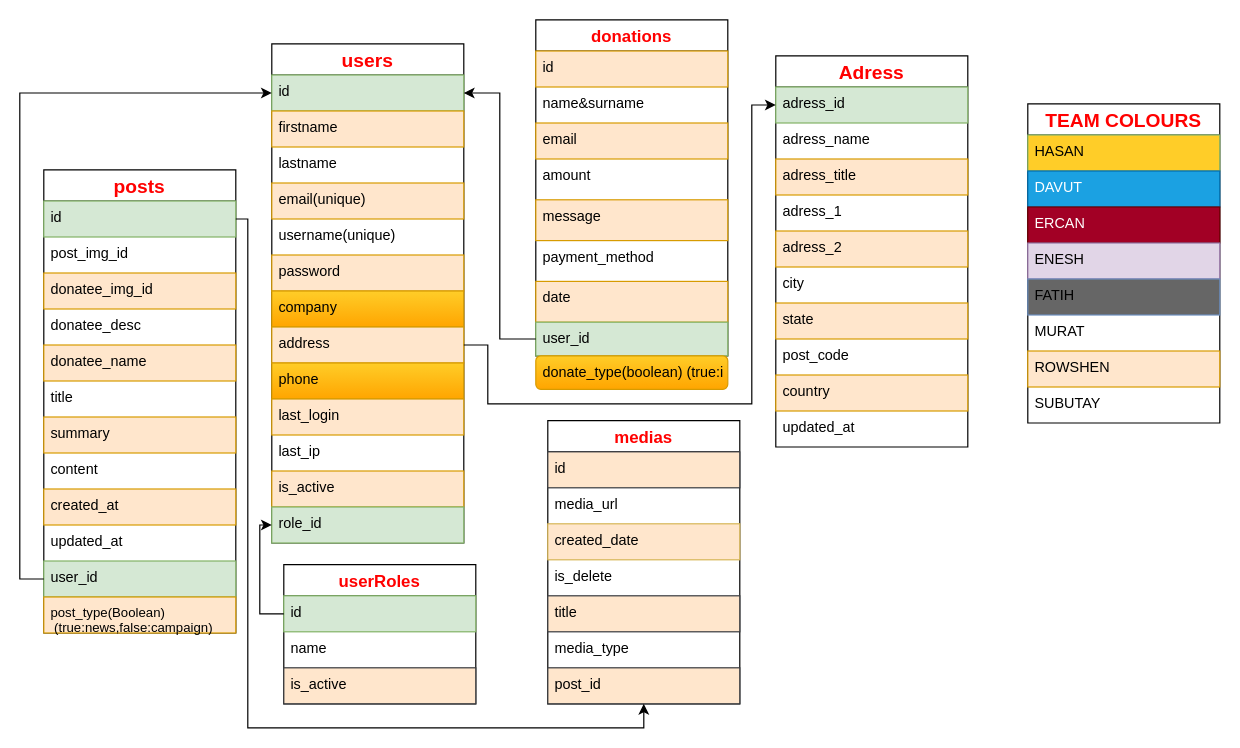
Earlier version of the draw.io diagram page "Page-1" (1 of 2) of Tables.drawio (Hasankaca/Create_tables). Source tidied: cells renumbered, new cells numbered last; positions are measured from the earlier drawing's top-left corner, leaving out a move shared by most shapes. Both pictures are drawn from the tidied source at 120%, with x=0, y=0 at pixel (43, 19).
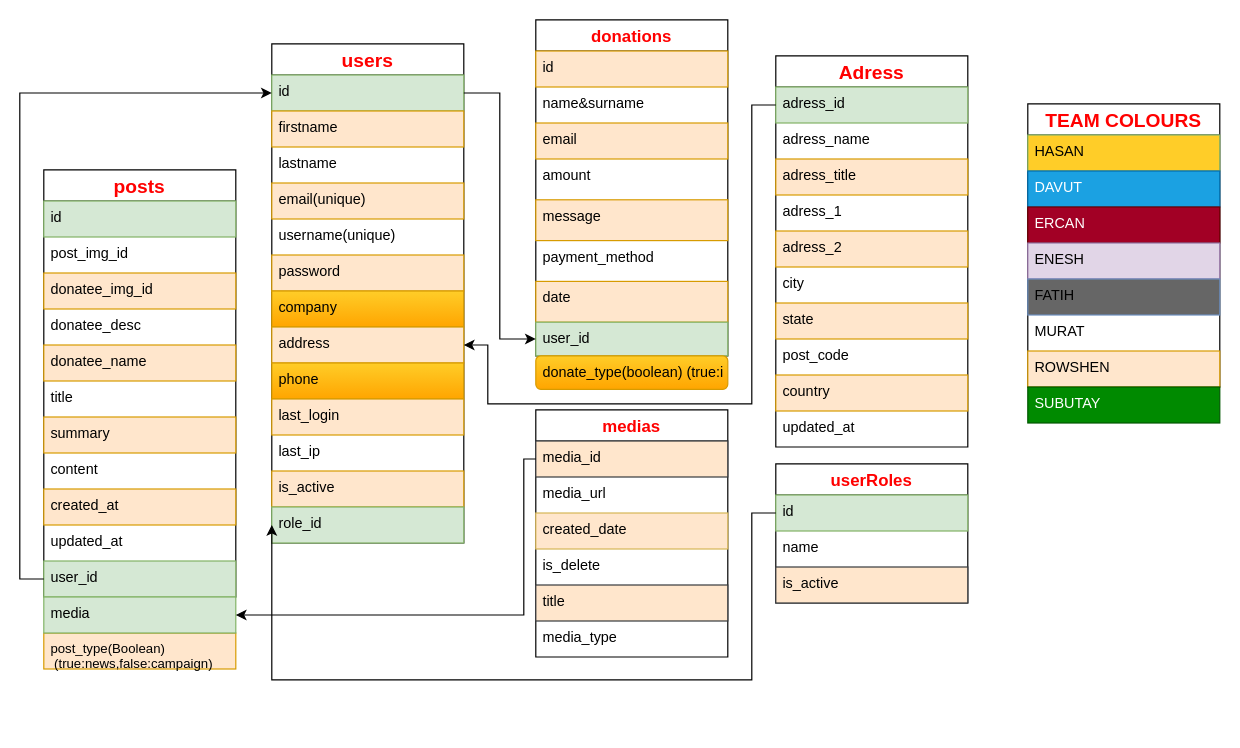
After the change.

Unchanged cells that the change refers to:
```xml
<mxCell id="3" value="id" style="text;strokeColor=#82b366;fillColor=#d5e8d4;spacingLeft=4;spacingRight=4;overflow=hidden;points=[[0,0.5],[1,0.5]];portConstraint=eastwest;fontSize=12;" parent="2" vertex="1">
  <mxGeometry y="26" width="160" height="30" as="geometry" />
</mxCell>
<mxCell id="10" value="address" style="text;strokeColor=#d79b00;fillColor=#ffe6cc;spacingLeft=4;spacingRight=4;overflow=hidden;points=[[0,0.5],[1,0.5]];portConstraint=eastwest;fontSize=12;" parent="2" vertex="1">
  <mxGeometry y="236" width="160" height="30" as="geometry" />
</mxCell>
<mxCell id="15" value="role_id" style="text;strokeColor=#82b366;fillColor=#d5e8d4;spacingLeft=4;spacingRight=4;overflow=hidden;points=[[0,0.5],[1,0.5]];portConstraint=eastwest;fontSize=12;" parent="2" vertex="1">
  <mxGeometry y="386" width="160" height="30" as="geometry" />
</mxCell>
<mxCell id="17" value="id" style="text;strokeColor=#82b366;fillColor=#d5e8d4;spacingLeft=4;spacingRight=4;overflow=hidden;points=[[0,0.5],[1,0.5]];portConstraint=eastwest;fontSize=12;" parent="16" vertex="1">
  <mxGeometry y="26" width="160" height="30" as="geometry" />
</mxCell>
<mxCell id="37" value="user_id&#10;&#10;" style="text;strokeColor=#82b366;fillColor=#d5e8d4;spacingLeft=4;spacingRight=4;overflow=hidden;points=[[0,0.5],[1,0.5]];portConstraint=eastwest;fontSize=12;" parent="29" vertex="1">
  <mxGeometry y="252" width="160" height="28" as="geometry" />
</mxCell>
<mxCell id="49" value="id" style="text;strokeColor=#82b366;fillColor=#d5e8d4;spacingLeft=4;spacingRight=4;overflow=hidden;points=[[0,0.5],[1,0.5]];portConstraint=eastwest;fontSize=12;" parent="48" vertex="1">
  <mxGeometry y="26" width="160" height="30" as="geometry" />
</mxCell>
<mxCell id="54" value="adress_id" style="text;strokeColor=#82b366;fillColor=#d5e8d4;spacingLeft=4;spacingRight=4;overflow=hidden;points=[[0,0.5],[1,0.5]];portConstraint=eastwest;fontSize=12;" parent="53" vertex="1">
  <mxGeometry y="26" width="160" height="30" as="geometry" />
</mxCell>
```

Diff of the diagram source:
```diff
@@
     <mxCell id="16" value="posts" style="swimlane;fontStyle=1;horizontal=1;startSize=26;align=center;fontSize=16;fontColor=#FF0000;" parent="1" vertex="1">
-      <mxGeometry y="125" width="160" height="386" as="geometry" />
+      <mxGeometry y="125" width="160" height="356" as="geometry" />
     </mxCell>
@@
-    <mxCell id="28" value="post_type(Boolean)&#10; (true:news,false:campaign)" style="text;strokeColor=#d79b00;fillColor=#ffe6cc;spacingLeft=4;spacingRight=4;overflow=hidden;fontSize=11;" parent="16" vertex="1">
-      <mxGeometry y="356" width="160" height="30" as="geometry" />
-    </mxCell>
@@
-    <mxCell id="39" style="edgeStyle=orthogonalEdgeStyle;rounded=0;jettySize=auto;html=1;" parent="1" edge="1" source="37" target="3">
-      <mxGeometry relative="1" as="geometry" />
-    </mxCell>
     <mxCell id="40" value="medias" style="swimlane;fontStyle=1;horizontal=1;startSize=26;align=center;fontSize=14;fontColor=#FF0000;" parent="1" vertex="1">
-      <mxGeometry x="420" y="334" width="160" height="236" as="geometry" />
+      <mxGeometry x="410" y="325" width="160" height="206" as="geometry" />
     </mxCell>
-    <mxCell id="41" value="id" style="text;strokeColor=#36393d;spacingLeft=4;spacingRight=4;overflow=hidden;points=[[0,0.5],[1,0.5]];portConstraint=eastwest;fontSize=12;fillColor=#FFE6CC;" parent="40" vertex="1">
+    <mxCell id="41" value="media_id" style="text;strokeColor=#36393d;spacingLeft=4;spacingRight=4;overflow=hidden;points=[[0,0.5],[1,0.5]];portConstraint=eastwest;fontSize=12;fillColor=#FFE6CC;" parent="40" vertex="1">
       <mxGeometry y="26" width="160" height="30" as="geometry" />
     </mxCell>
@@
-    <mxCell id="47" value="post_id" style="text;strokeColor=#36393d;spacingLeft=4;spacingRight=4;overflow=hidden;points=[[0,0.5],[1,0.5]];portConstraint=eastwest;fontSize=12;fillColor=#FFE6CC;" parent="40" vertex="1">
-      <mxGeometry y="206" width="160" height="30" as="geometry" />
-    </mxCell>
     <mxCell id="48" value="userRoles" style="swimlane;fontStyle=1;horizontal=1;startSize=26;align=center;fontSize=14;fontColor=#FF0000;" parent="1" vertex="1">
-      <mxGeometry x="200" y="454" width="160" height="116" as="geometry" />
+      <mxGeometry x="610" y="370" width="160" height="116" as="geometry" />
     </mxCell>
@@
     <mxCell id="64" value="TEAM COLOURS" style="swimlane;fontStyle=1;horizontal=1;startSize=26;align=center;fontSize=16;fontColor=#FF0000;" parent="1" vertex="1">
-      <mxGeometry x="820" y="70" width="160" height="266" as="geometry" />
+      <mxGeometry x="820" y="70" width="160" height="236" as="geometry" />
     </mxCell>
@@
+    <mxCell id="74" style="edgeStyle=orthogonalEdgeStyle;rounded=0;jettySize=auto;html=1;entryX=0;entryY=0.5;entryDx=0;entryDy=0;" parent="1" edge="1" source="49" target="15">
+      <mxGeometry relative="1" as="geometry">
+        <Array as="points">
+          <mxPoint x="590" y="411" />
+          <mxPoint x="590" y="550" />
+          <mxPoint x="190" y="550" />
+          <mxPoint x="190" y="421" />
+        </Array>
+      </mxGeometry>
+    </mxCell>
+    <mxCell id="76" style="edgeStyle=orthogonalEdgeStyle;rounded=0;jettySize=auto;html=1;entryX=1;entryY=0.5;entryDx=0;entryDy=0;" parent="1" edge="1" source="54" target="10">
+      <mxGeometry relative="1" as="geometry">
+        <Array as="points">
+          <mxPoint x="590" y="71" />
+          <mxPoint x="590" y="320" />
+          <mxPoint x="370" y="320" />
+          <mxPoint x="370" y="271" />
+        </Array>
+      </mxGeometry>
+    </mxCell>
+    <mxCell id="77" style="edgeStyle=orthogonalEdgeStyle;rounded=0;jettySize=auto;html=1;entryX=0;entryY=0.5;entryDx=0;entryDy=0;" parent="1" edge="1" source="3" target="37">
+      <mxGeometry relative="1" as="geometry" />
+    </mxCell>
+    <mxCell id="28" value="post_type(Boolean)&#10; (true:news,false:campaign)" style="text;strokeColor=#d79b00;fillColor=#ffe6cc;spacingLeft=4;spacingRight=4;overflow=hidden;fontSize=11;" parent="1" vertex="1">
+      <mxGeometry y="511" width="160" height="30" as="geometry" />
+    </mxCell>
+    <mxCell id="78" value="media" style="text;strokeColor=#82b366;fillColor=#d5e8d4;spacingLeft=4;spacingRight=4;overflow=hidden;points=[[0,0.5],[1,0.5]];portConstraint=eastwest;fontSize=12;" parent="1" vertex="1">
+      <mxGeometry y="481" width="160" height="30" as="geometry" />
+    </mxCell>
-    <mxCell id="72" value="SUBUTAY" style="text;spacingLeft=4;spacingRight=4;overflow=hidden;fontSize=12;" parent="64" vertex="1">
-      <mxGeometry y="236" width="160" height="30" as="geometry" />
+    <mxCell id="72" value="SUBUTAY" style="text;spacingLeft=4;spacingRight=4;overflow=hidden;fontSize=12;fillColor=#008a00;strokeColor=#005700;fontColor=#ffffff;" parent="1" vertex="1">
+      <mxGeometry x="820" y="306" width="160" height="30" as="geometry" />
     </mxCell>
-    <mxCell id="73" style="edgeStyle=orthogonalEdgeStyle;rounded=0;jettySize=auto;html=1;" parent="1" edge="1" source="10" target="54">
-      <mxGeometry relative="1" as="geometry">
-        <Array as="points">
-          <mxPoint x="370" y="271" />
-          <mxPoint x="370" y="320" />
-          <mxPoint x="590" y="320" />
-          <mxPoint x="590" y="71" />
-        </Array>
-      </mxGeometry>
-    </mxCell>
-    <mxCell id="74" style="edgeStyle=orthogonalEdgeStyle;rounded=0;jettySize=auto;html=1;entryX=0;entryY=0.5;entryDx=0;entryDy=0;" parent="1" edge="1" source="49" target="15">
-      <mxGeometry relative="1" as="geometry">
-        <Array as="points">
-          <mxPoint x="180" y="495" />
-          <mxPoint x="180" y="421" />
-        </Array>
-      </mxGeometry>
-    </mxCell>
-    <mxCell id="75" style="edgeStyle=orthogonalEdgeStyle;rounded=0;jettySize=auto;html=1;" parent="1" edge="1" source="17" target="47">
-      <mxGeometry relative="1" as="geometry">
-        <Array as="points">
-          <mxPoint x="170" y="166" />
-          <mxPoint x="170" y="590" />
-          <mxPoint x="500" y="590" />
-        </Array>
-      </mxGeometry>
-    </mxCell>
+    <mxCell id="79" style="edgeStyle=orthogonalEdgeStyle;rounded=0;jettySize=auto;html=1;" parent="1" edge="1" source="41" target="78">
+      <mxGeometry relative="1" as="geometry">
+        <Array as="points">
+          <mxPoint x="400" y="366" />
+          <mxPoint x="400" y="496" />
+        </Array>
+      </mxGeometry>
+    </mxCell>
```
